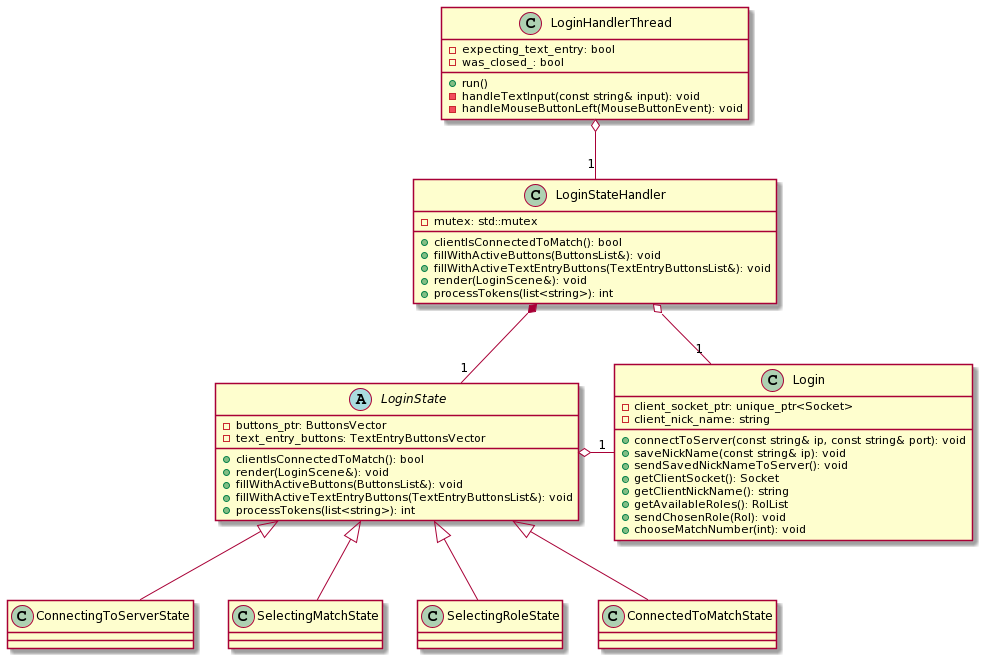
Before: docs/images/manual_tecnico/login/login_class_diagram.png, a diagram exported from PlantUML (Santoi/quantum-chess). The source it was exported from:
```plantuml
@startuml
Class LoginHandlerThread{
-expecting_text_entry: bool
-was_closed_: bool
+run()
-handleTextInput(const string& input): void
-handleMouseButtonLeft(MouseButtonEvent): void
}


Class LoginStateHandler{
-mutex: std::mutex
+clientIsConnectedToMatch(): bool
+fillWithActiveButtons(ButtonsList&): void
+fillWithActiveTextEntryButtons(TextEntryButtonsList&): void
+render(LoginScene&): void
+processTokens(list<string>): int
}

Class Login{
-client_socket_ptr: unique_ptr<Socket>
-client_nick_name: string
+connectToServer(const string& ip, const string& port): void
+saveNickName(const string& ip): void
+sendSavedNickNameToServer(): void
+getClientSocket(): Socket
+getClientNickName(): string
+getAvailableRoles(): RolList
+sendChosenRole(Rol): void
+chooseMatchNumber(int): void
}

Abstract LoginState{
-buttons_ptr: ButtonsVector
-text_entry_buttons: TextEntryButtonsVector
+clientIsConnectedToMatch(): bool
+render(LoginScene&): void
+fillWithActiveButtons(ButtonsList&): void
+fillWithActiveTextEntryButtons(TextEntryButtonsList&): void
+processTokens(list<string>): int
}

Class ConnectingToServerState{
}


Class SelectingMatchState{
}


Class SelectingRoleState{
}

Class ConnectedToMatchState{
}

LoginStateHandler o--"1" Login
LoginState o-"1" Login
LoginStateHandler *--"1" LoginState
LoginHandlerThread o--"1" LoginStateHandler

LoginState <|-- ConnectingToServerState
LoginState <|-- SelectingMatchState
LoginState <|-- SelectingRoleState
LoginState <|-- ConnectedToMatchState
@enduml
```
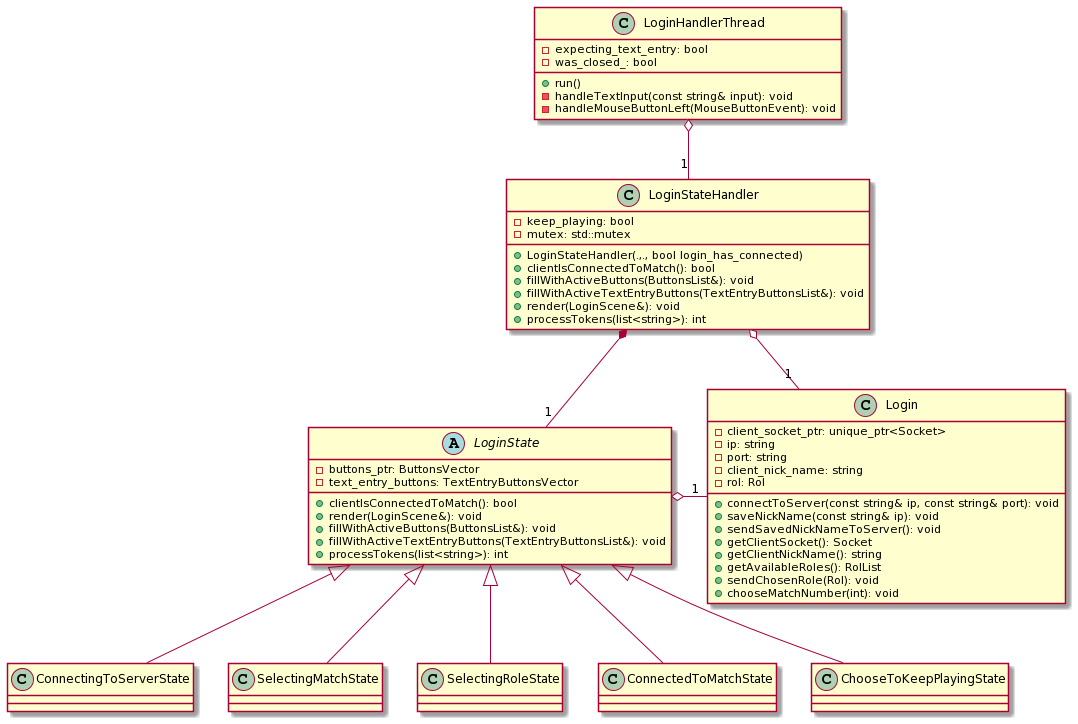
The same diagram one commit later.

Commit message:
Login technical manual is updated.

The edit, as a diff of the source:
```diff
@@ -9,7 +9,9 @@
 
 
 Class LoginStateHandler{
+-keep_playing: bool
 -mutex: std::mutex
++LoginStateHandler(.,., bool login_has_connected)
 +clientIsConnectedToMatch(): bool
 +fillWithActiveButtons(ButtonsList&): void
 +fillWithActiveTextEntryButtons(TextEntryButtonsList&): void
@@ -19,7 +21,10 @@
 
 Class Login{
 -client_socket_ptr: unique_ptr<Socket>
+-ip: string
+-port: string
 -client_nick_name: string
+-rol: Rol
 +connectToServer(const string& ip, const string& port): void
 +saveNickName(const string& ip): void
 +sendSavedNickNameToServer(): void
@@ -54,6 +59,9 @@
 Class ConnectedToMatchState{
 }
 
+Class ChooseToKeepPlayingState{
+}
+
 LoginStateHandler o--"1" Login
 LoginState o-"1" Login
 LoginStateHandler *--"1" LoginState
@@ -63,4 +71,5 @@
 LoginState <|-- SelectingMatchState
 LoginState <|-- SelectingRoleState
 LoginState <|-- ConnectedToMatchState
+LoginState <|-- ChooseToKeepPlayingState
 @enduml
```
